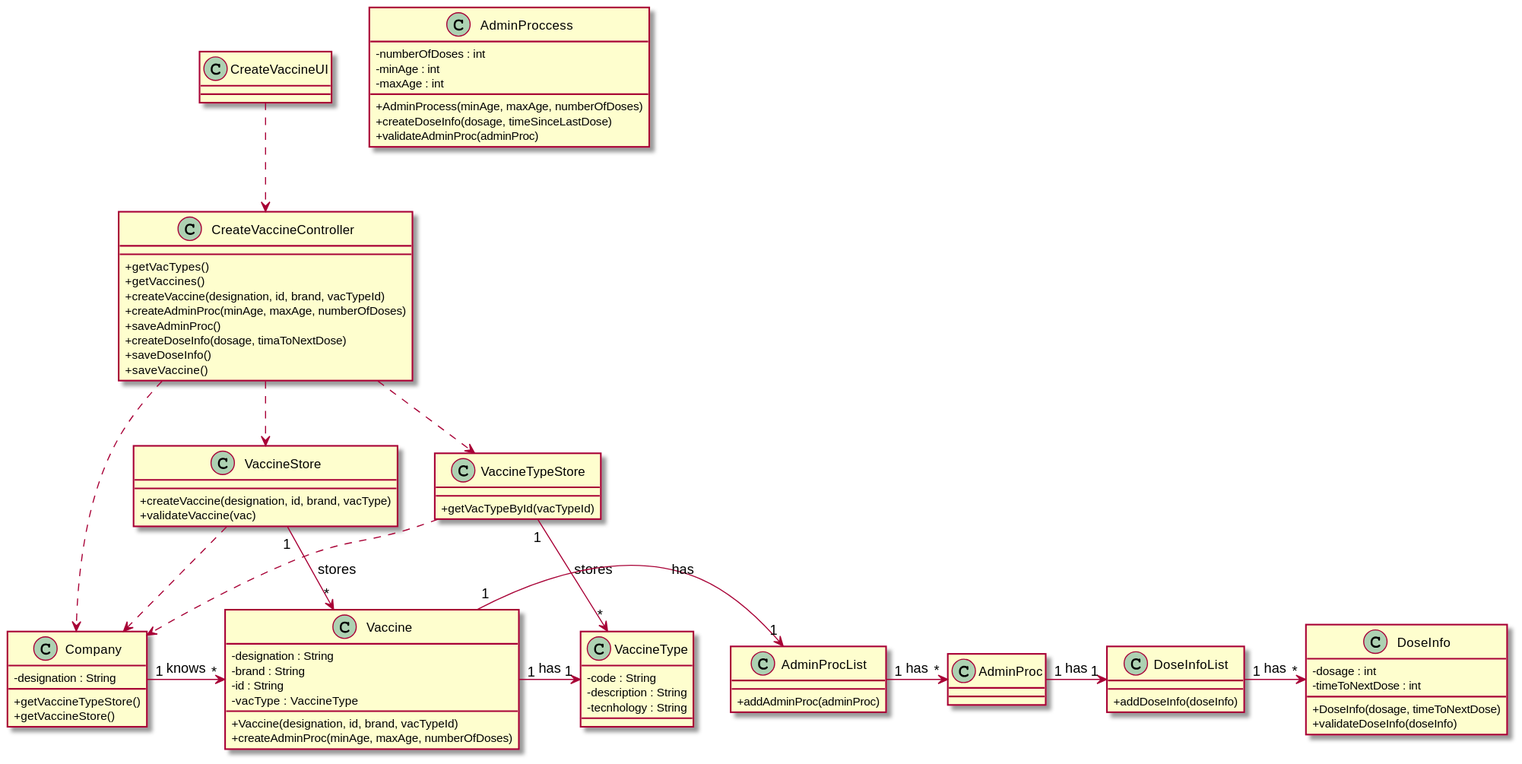
The PlantUML diagram docs/SprintB/US13/CD/US13_CD.svg in miseEnPlace-i/lapr2, before a commit.
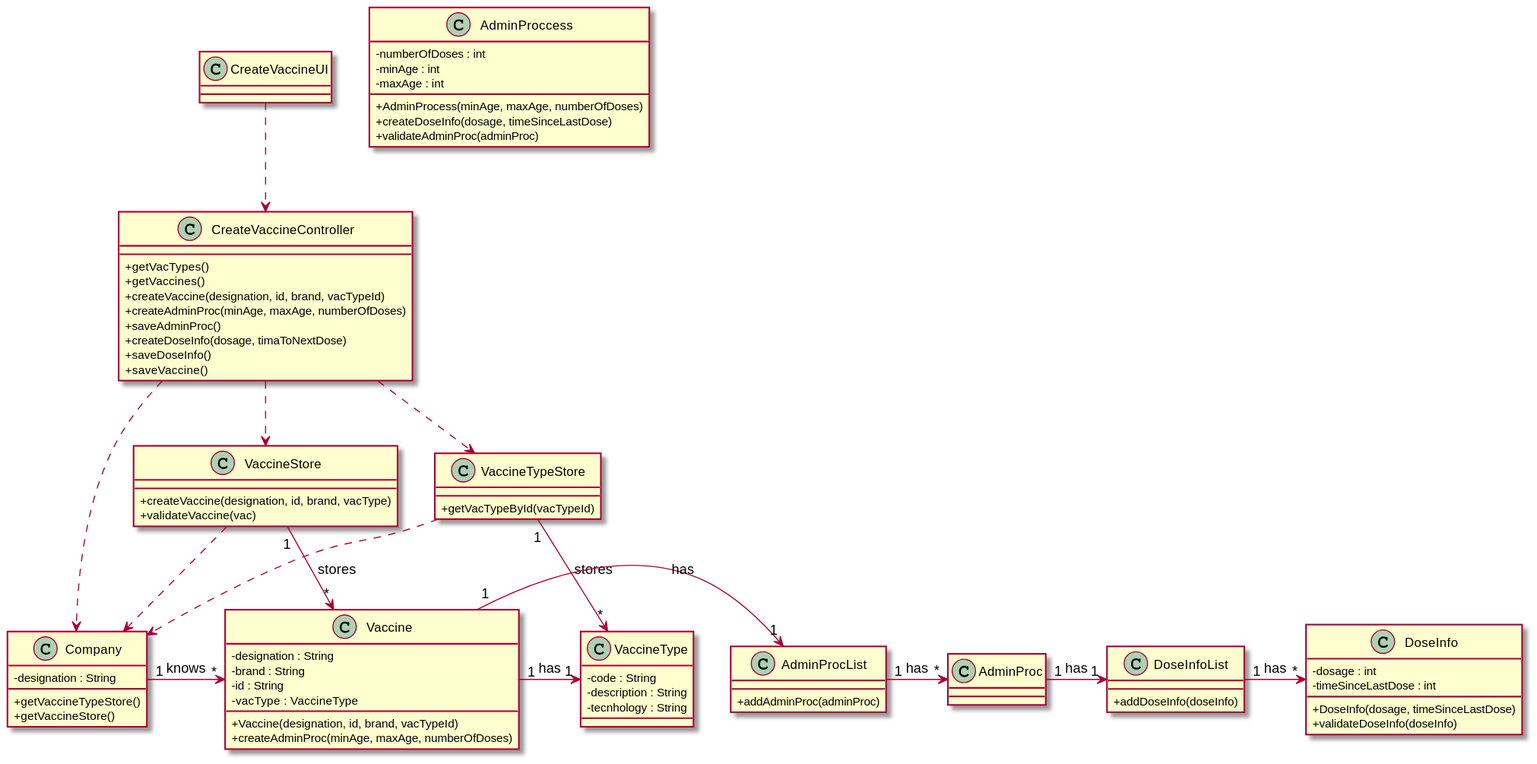
The same diagram one commit later.

What changed in the source:
```diff
@@ -64,9 +64,9 @@
 
 class DoseInfo{
     -dosage : int
-    -timeToNextDose : int
+    -timeSinceLastDose : int
 
-    +DoseInfo(dosage, timeToNextDose)
+    +DoseInfo(dosage, timeSinceLastDose)
     +validateDoseInfo(doseInfo)
 }
 
```
